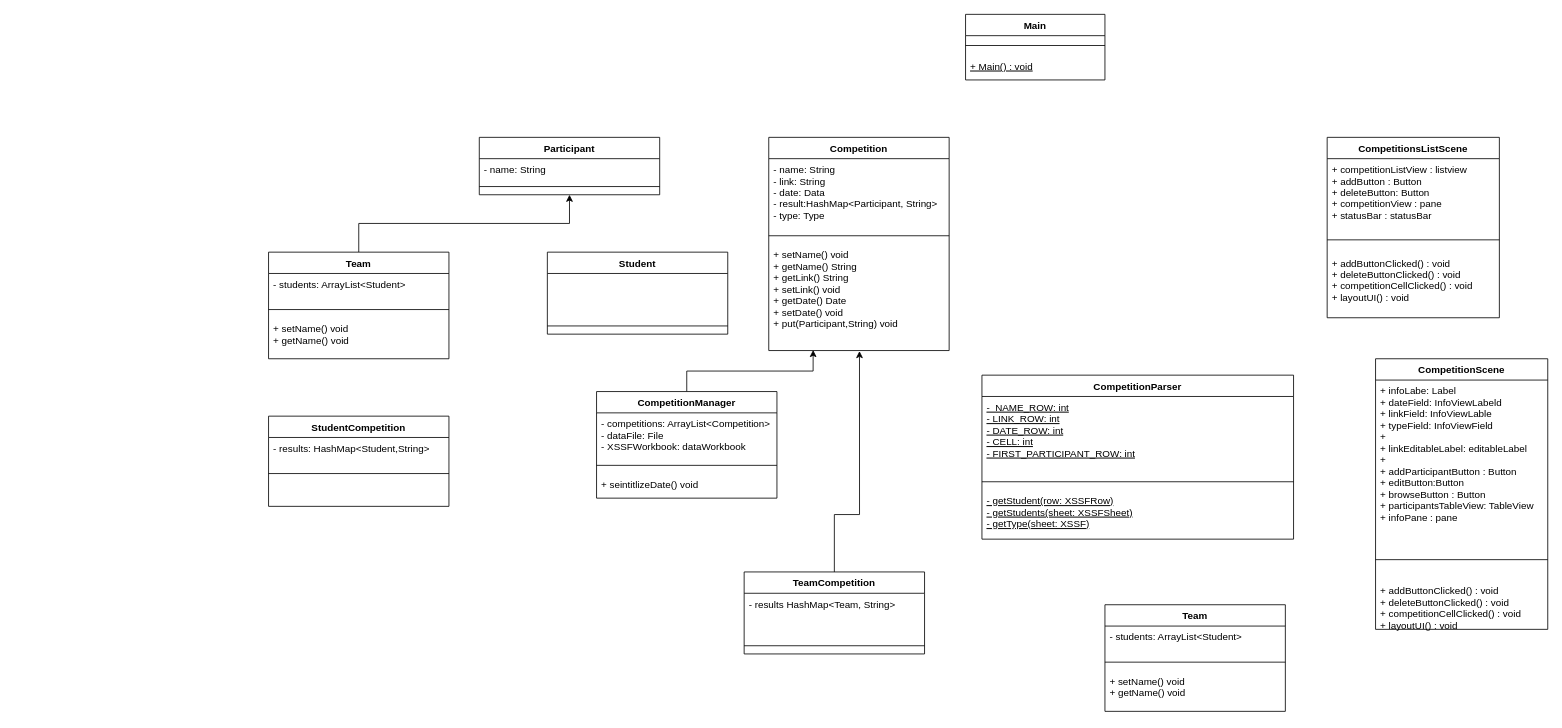
Above: docs/phase2/class-diagram.drawio in AbdullahAXR/Competition-tracker (draw.io), before the change. Source tidied: cells renumbered, new cells numbered last; positions are measured from the earlier drawing's top-left corner, leaving out a move shared by most shapes. Both pictures are drawn from the tidied source at 82%, with x=0, y=0 at pixel (268, 14).
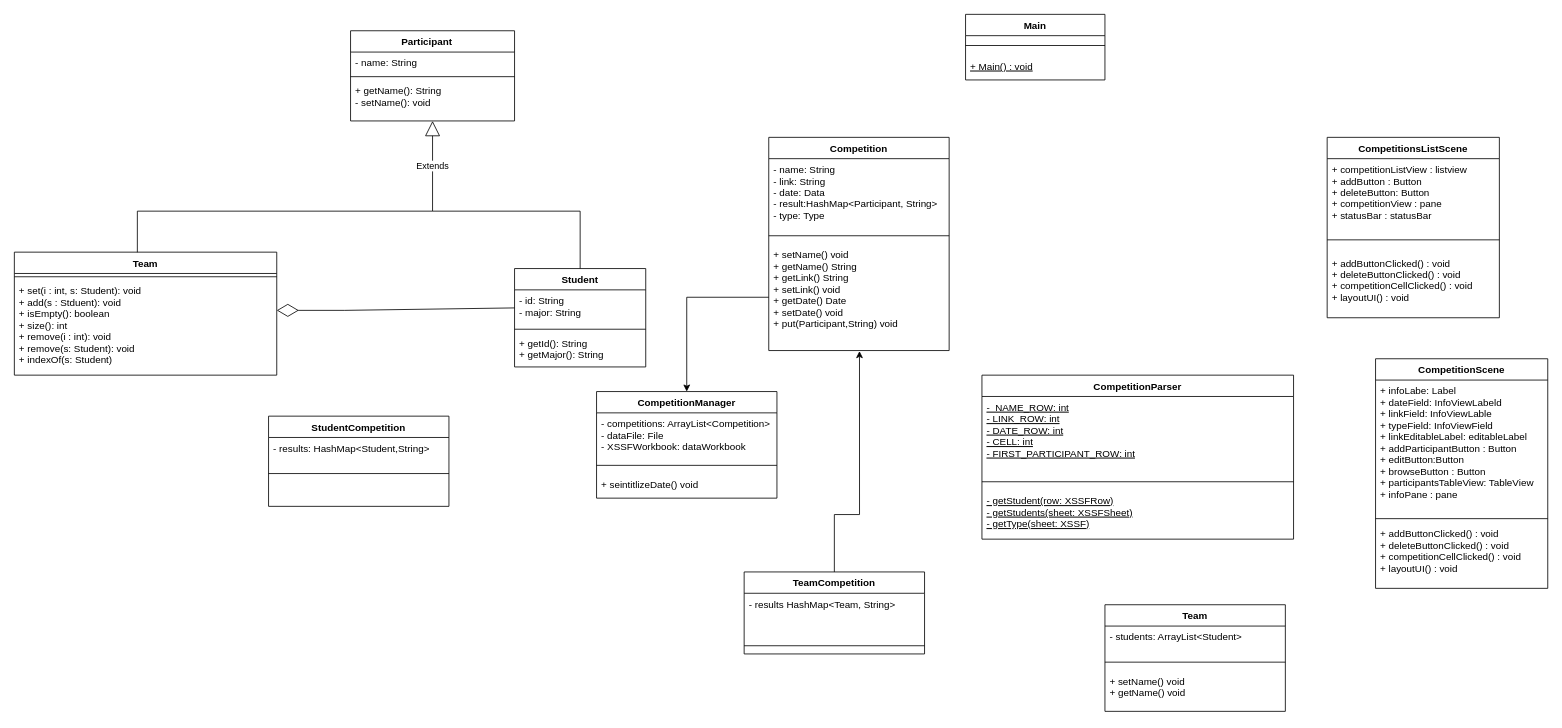
The same diagram, later.

Commit message:
docs: finished the class diagram for the entities

The change refers to these unchanged cells:
```xml
<mxCell id="12" value="+ setName() void&#10;+ getName() String&#10;+ getLink() String&#10;+ setLink() void&#10;+ getDate() Date&#10;+ setDate() void&#10;+ put(Participant,String) void&#10;&#10;" style="text;strokeColor=none;fillColor=none;align=left;verticalAlign=top;spacingLeft=4;spacingRight=4;overflow=hidden;points=[[0,0.5],[1,0.5]];portConstraint=eastwest;" parent="9" vertex="1">
  <mxGeometry y="130" width="220" height="130" as="geometry" />
</mxCell>
<mxCell id="30" value="CompetitionManager" style="swimlane;fontStyle=1;align=center;verticalAlign=top;horizontal=1;startSize=26;" parent="1" vertex="1">
  <mxGeometry x="400" y="460" width="220" height="130" as="geometry" />
</mxCell>
```

Change to the diagram source:
```diff
@@
     <mxCell id="13" value="CompetitionScene" style="swimlane;fontStyle=1;align=center;verticalAlign=top;horizontal=1;startSize=26;" parent="1" vertex="1">
-      <mxGeometry x="1350" y="420" width="210" height="330" as="geometry" />
+      <mxGeometry x="1350" y="420" width="210" height="280" as="geometry" />
     </mxCell>
-    <mxCell id="14" value="+ infoLabe: Label&#10;+ dateField: InfoViewLabeld&#10;+ linkField: InfoViewLable&#10;+ typeField: InfoViewField&#10;+ &#10;+ linkEditableLabel: editableLabel&#10;+ &#10;+ addParticipantButton : Button&#10;+ editButton:Button&#10;+ browseButton : Button&#10;+ participantsTableView: TableView&#10;+ infoPane : pane&#10;" style="text;strokeColor=none;fillColor=none;align=left;verticalAlign=top;spacingLeft=4;spacingRight=4;overflow=hidden;" parent="13" vertex="1">
-      <mxGeometry y="26" width="210" height="194" as="geometry" />
+    <mxCell id="14" value="+ infoLabe: Label&#10;+ dateField: InfoViewLabeld&#10;+ linkField: InfoViewLable&#10;+ typeField: InfoViewField&#10;+ linkEditableLabel: editableLabel&#10;+ addParticipantButton : Button&#10;+ editButton:Button&#10;+ browseButton : Button&#10;+ participantsTableView: TableView&#10;+ infoPane : pane&#10;" style="text;strokeColor=none;fillColor=none;align=left;verticalAlign=top;spacingLeft=4;spacingRight=4;overflow=hidden;" parent="13" vertex="1">
+      <mxGeometry y="26" width="210" height="164" as="geometry" />
     </mxCell>
     <mxCell id="15" style="line;strokeWidth=1;fillColor=none;align=left;verticalAlign=middle;spacingTop=-1;spacingLeft=3;spacingRight=3;labelPosition=right;" parent="13" vertex="1">
-      <mxGeometry y="220" width="210" height="50" as="geometry" />
+      <mxGeometry y="190" width="210" height="10" as="geometry" />
     </mxCell>
     <mxCell id="16" value="+ addButtonClicked() : void&#10;+ deleteButtonClicked() : void&#10;+ competitionCellClicked() : void&#10;+ layoutUI() : void&#10;&#10;" style="text;strokeColor=none;fillColor=none;align=left;verticalAlign=top;spacingLeft=4;spacingRight=4;overflow=hidden;" parent="13" vertex="1">
-      <mxGeometry y="270" width="210" height="60" as="geometry" />
+      <mxGeometry y="200" width="210" height="80" as="geometry" />
     </mxCell>
-    <mxCell id="17" value="Participant" style="swimlane;fontStyle=1;align=center;verticalAlign=top;horizontal=1;startSize=26;" parent="1" vertex="1">
-      <mxGeometry x="257" y="150" width="220" height="70" as="geometry" />
-    </mxCell>
-    <mxCell id="18" value="- name: String" style="text;strokeColor=none;fillColor=none;align=left;verticalAlign=top;spacingLeft=4;spacingRight=4;overflow=hidden;fontStyle=0;" parent="17" vertex="1">
-      <mxGeometry y="26" width="220" height="24" as="geometry" />
-    </mxCell>
-    <mxCell id="19" style="line;strokeWidth=1;fillColor=none;align=left;verticalAlign=middle;spacingTop=-1;spacingLeft=3;spacingRight=3;labelPosition=right;" parent="17" vertex="1">
-      <mxGeometry y="50" width="220" height="20" as="geometry" />
-    </mxCell>
-    <mxCell id="20" style="edgeStyle=orthogonalEdgeStyle;rounded=0;jettySize=auto;html=1;exitX=0.5;exitY=0;exitDx=0;exitDy=0;entryX=0.5;entryY=1;entryDx=0;entryDy=0;" parent="1" edge="1" source="21" target="17">
-      <mxGeometry relative="1" as="geometry" />
-    </mxCell>
-    <mxCell id="21" value="Team" style="swimlane;fontStyle=1;align=center;verticalAlign=top;horizontal=1;startSize=26;" parent="1" vertex="1">
-      <mxGeometry y="290" width="220" height="130" as="geometry" />
-    </mxCell>
-    <mxCell id="22" value="- students: ArrayList&lt;Student&gt;" style="text;strokeColor=none;fillColor=none;align=left;verticalAlign=top;spacingLeft=4;spacingRight=4;overflow=hidden;fontStyle=0;" parent="21" vertex="1">
-      <mxGeometry y="26" width="220" height="34" as="geometry" />
-    </mxCell>
-    <mxCell id="23" style="line;strokeWidth=1;fillColor=none;align=left;verticalAlign=middle;spacingTop=-1;spacingLeft=3;spacingRight=3;labelPosition=right;" parent="21" vertex="1">
-      <mxGeometry y="60" width="220" height="20" as="geometry" />
-    </mxCell>
-    <mxCell id="24" value="+ setName() void&#10;+ getName() void&#10;&#10;" style="text;strokeColor=none;fillColor=none;align=left;verticalAlign=top;spacingLeft=4;spacingRight=4;overflow=hidden;" parent="21" vertex="1">
-      <mxGeometry y="80" width="220" height="50" as="geometry" />
-    </mxCell>
@@
-    <mxCell id="29" style="edgeStyle=orthogonalEdgeStyle;rounded=0;jettySize=auto;html=1;exitX=0.5;exitY=0;exitDx=0;exitDy=0;entryX=0.246;entryY=0.995;entryDx=0;entryDy=0;entryPerimeter=0;" parent="1" edge="1" source="30" target="12">
-      <mxGeometry relative="1" as="geometry" />
-    </mxCell>
@@
-    <mxCell id="34" value="Student" style="swimlane;fontStyle=1;align=center;verticalAlign=top;horizontal=1;startSize=26;" parent="1" vertex="1">
-      <mxGeometry x="340" y="290" width="220" height="100" as="geometry" />
-    </mxCell>
-    <mxCell id="35" value="&#10;" style="text;strokeColor=none;fillColor=none;align=left;verticalAlign=top;spacingLeft=4;spacingRight=4;overflow=hidden;fontStyle=0;" parent="34" vertex="1">
-      <mxGeometry y="26" width="220" height="54" as="geometry" />
-    </mxCell>
-    <mxCell id="36" style="line;strokeWidth=1;fillColor=none;align=left;verticalAlign=middle;spacingTop=-1;spacingLeft=3;spacingRight=3;labelPosition=right;" parent="34" vertex="1">
-      <mxGeometry y="80" width="220" height="20" as="geometry" />
-    </mxCell>
@@
+    <mxCell id="49" style="edgeStyle=orthogonalEdgeStyle;rounded=0;jettySize=auto;html=1;" parent="1" edge="1" source="12" target="30">
+      <mxGeometry relative="1" as="geometry" />
+    </mxCell>
+    <mxCell id="50" value="Extends" style="endArrow=block;endSize=16;endFill=0;html=1;rounded=0;entryX=0.5;entryY=1;entryDx=0;entryDy=0;" parent="1" edge="1">
+      <mxGeometry relative="1" as="geometry">
+        <mxPoint x="200" y="240" as="sourcePoint" />
+        <mxPoint x="200" y="130" as="targetPoint" />
+      </mxGeometry>
+    </mxCell>
+    <mxCell id="51" style="endArrow=none;html=1;rounded=0;exitX=0.5;exitY=0;exitDx=0;exitDy=0;" parent="1" edge="1">
+      <mxGeometry relative="1" as="geometry">
+        <mxPoint x="-160" y="297" as="sourcePoint" />
+        <mxPoint x="200" y="240" as="targetPoint" />
+        <Array as="points">
+          <mxPoint x="-160" y="240" />
+        </Array>
+      </mxGeometry>
+    </mxCell>
+    <mxCell id="52" style="endArrow=none;html=1;rounded=0;exitX=0.5;exitY=0;exitDx=0;exitDy=0;" parent="1" edge="1">
+      <mxGeometry relative="1" as="geometry">
+        <mxPoint x="380" y="321" as="sourcePoint" />
+        <mxPoint x="200" y="240" as="targetPoint" />
+        <Array as="points">
+          <mxPoint x="380" y="240" />
+        </Array>
+      </mxGeometry>
+    </mxCell>
+    <mxCell id="53" style="endArrow=diamondThin;endFill=0;endSize=24;html=1;rounded=0;entryX=1;entryY=0.319;entryDx=0;entryDy=0;entryPerimeter=0;exitX=0;exitY=0.5;exitDx=0;exitDy=0;" parent="1" edge="1" source="54" target="58">
+      <mxGeometry relative="1" as="geometry">
+        <Array as="points">
+          <mxPoint x="93" y="361" />
+        </Array>
+      </mxGeometry>
+    </mxCell>
+    <mxCell id="34" value="Student" style="swimlane;fontStyle=1;align=center;verticalAlign=top;horizontal=1;startSize=26;" parent="1" vertex="1">
+      <mxGeometry x="300" y="310" width="160" height="120" as="geometry" />
+    </mxCell>
+    <mxCell id="54" value="- id: String&#10;- major: String&#10;" style="text;strokeColor=none;fillColor=none;align=left;verticalAlign=top;spacingLeft=4;spacingRight=4;overflow=hidden;points=[[0,0.5],[1,0.5]];portConstraint=eastwest;" parent="34" vertex="1">
+      <mxGeometry y="26" width="160" height="44" as="geometry" />
+    </mxCell>
+    <mxCell id="55" style="line;strokeWidth=1;fillColor=none;align=left;verticalAlign=middle;spacingTop=-1;spacingLeft=3;spacingRight=3;labelPosition=right;" parent="34" vertex="1">
+      <mxGeometry y="70" width="160" height="8" as="geometry" />
+    </mxCell>
+    <mxCell id="56" value="+ getId(): String&#10;+ getMajor(): String&#10;" style="text;strokeColor=none;fillColor=none;align=left;verticalAlign=top;spacingLeft=4;spacingRight=4;overflow=hidden;" parent="34" vertex="1">
+      <mxGeometry y="78" width="160" height="42" as="geometry" />
+    </mxCell>
+    <mxCell id="21" value="Team" style="swimlane;fontStyle=1;align=center;verticalAlign=top;horizontal=1;startSize=26;" parent="1" vertex="1">
+      <mxGeometry x="-310" y="290" width="320" height="150" as="geometry" />
+    </mxCell>
+    <mxCell id="57" style="line;strokeWidth=1;fillColor=none;align=left;verticalAlign=middle;spacingTop=-1;spacingLeft=3;spacingRight=3;labelPosition=right;" parent="21" vertex="1">
+      <mxGeometry y="26" width="320" height="8" as="geometry" />
+    </mxCell>
+    <mxCell id="58" value="+ set(i : int, s: Student): void&#10;+ add(s : Stduent): void&#10;+ isEmpty(): boolean&#10;+ size(): int&#10;+ remove(i : int): void&#10;+ remove(s: Student): void&#10;+ indexOf(s: Student)" style="text;strokeColor=none;fillColor=none;align=left;verticalAlign=top;spacingLeft=4;spacingRight=4;overflow=hidden;points=[[0,0.5],[1,0.5]];portConstraint=eastwest;" parent="21" vertex="1">
+      <mxGeometry y="34" width="320" height="116" as="geometry" />
+    </mxCell>
+    <mxCell id="17" value="Participant    " style="swimlane;fontStyle=1;align=center;verticalAlign=top;horizontal=1;startSize=26;" parent="1" vertex="1">
+      <mxGeometry x="100" y="20" width="200" height="110" as="geometry" />
+    </mxCell>
+    <mxCell id="18" value="- name: String" style="text;strokeColor=none;fillColor=none;align=left;verticalAlign=top;spacingLeft=4;spacingRight=4;overflow=hidden;" parent="17" vertex="1">
+      <mxGeometry y="26" width="200" height="26" as="geometry" />
+    </mxCell>
+    <mxCell id="59" style="line;strokeWidth=1;fillColor=none;align=left;verticalAlign=middle;spacingTop=-1;spacingLeft=3;spacingRight=3;labelPosition=right;" parent="17" vertex="1">
+      <mxGeometry y="52" width="200" height="8" as="geometry" />
+    </mxCell>
+    <mxCell id="60" value="+ getName(): String&#10;- setName(): void&#10;" style="text;strokeColor=none;fillColor=none;align=left;verticalAlign=top;spacingLeft=4;spacingRight=4;overflow=hidden;" parent="17" vertex="1">
+      <mxGeometry y="60" width="200" height="50" as="geometry" />
+    </mxCell>
```
